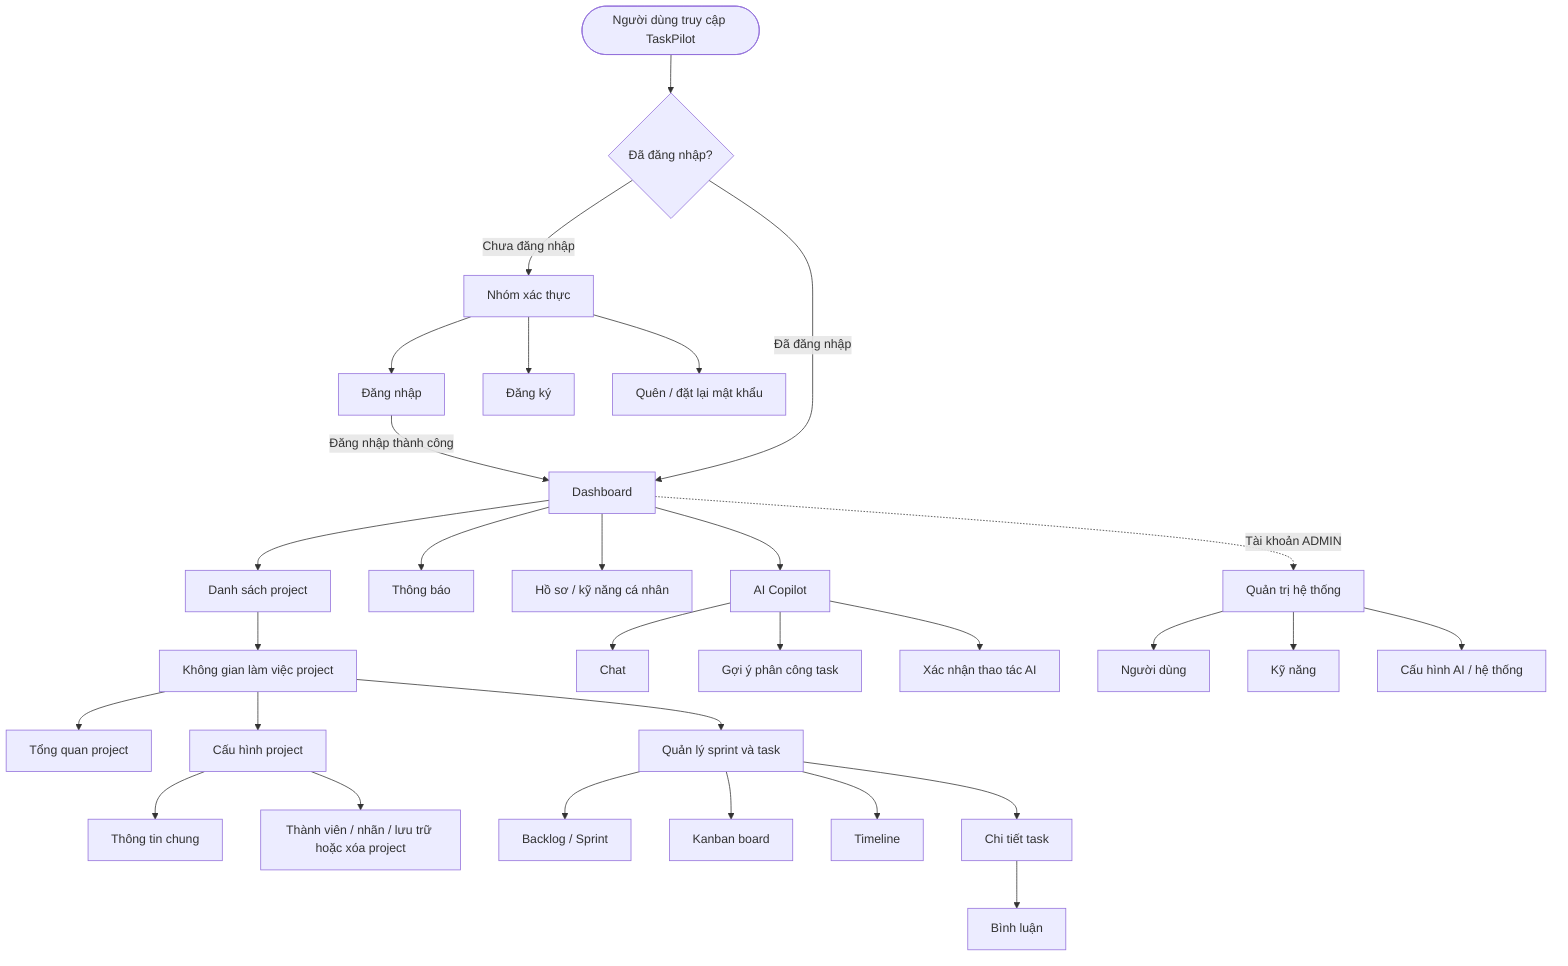
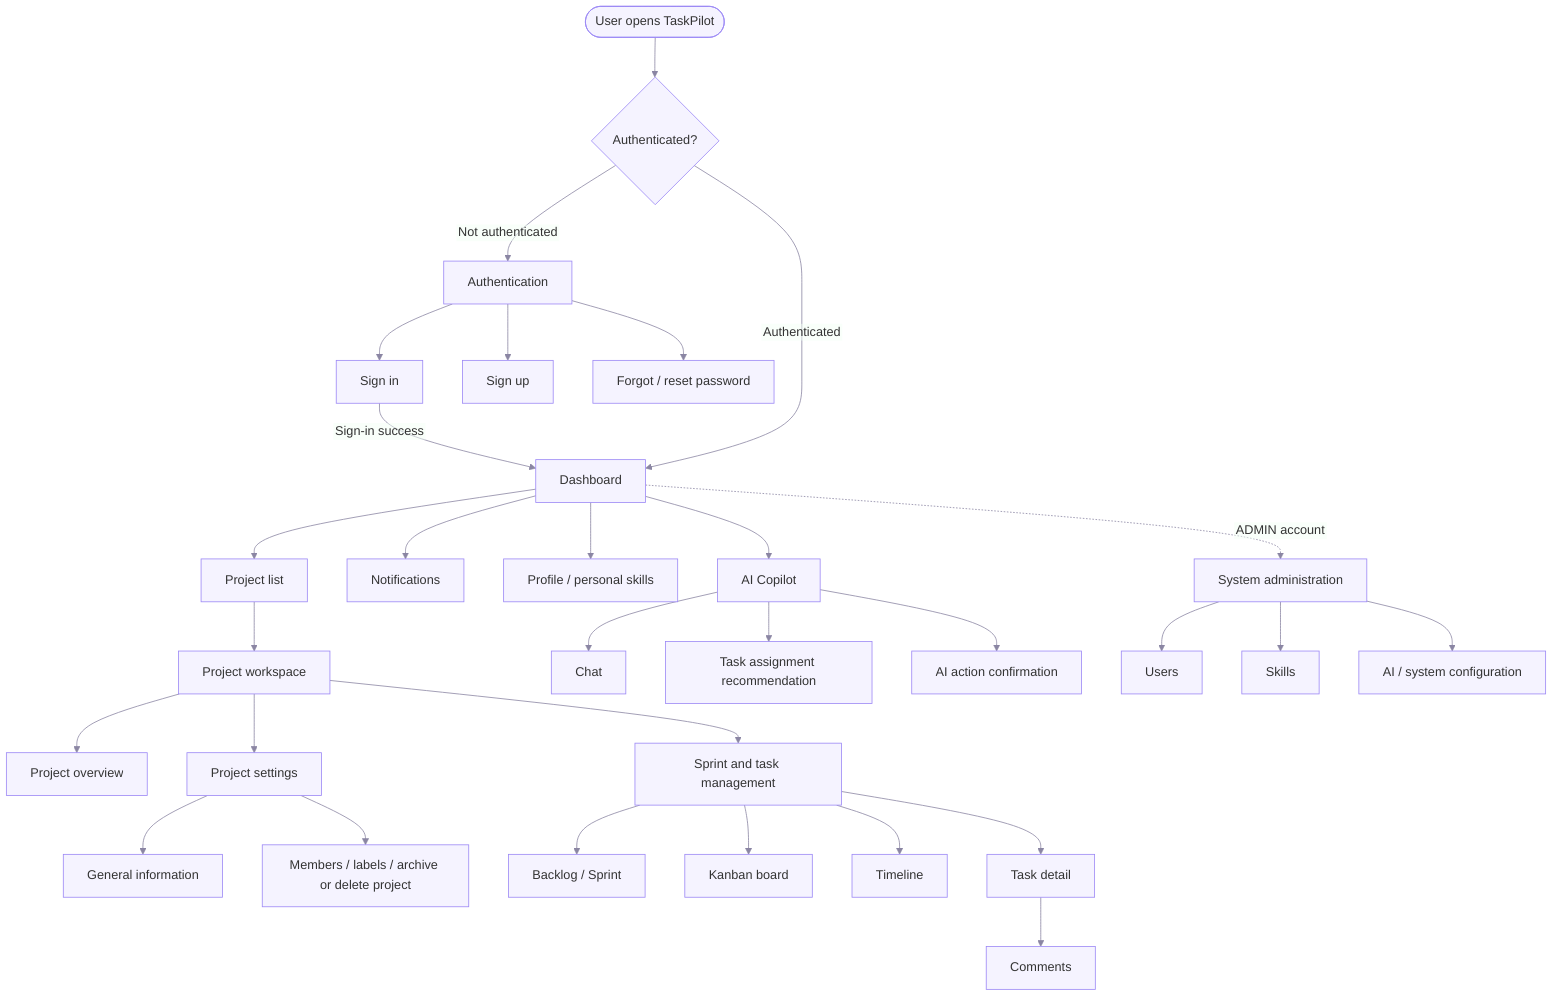
+ %%{init: {"theme": "base", "flowchart": {"htmlLabels": false, "useMaxWidth": true}, "markdownAutoWrap": false, "themeVariables": {"background": "#ffffff", "primaryColor": "#f5f3ff", "primaryBorderColor": "#9b87f5", "lineColor": "#8b86a3", "textColor": "#1f2937", "fontFamily": "Arial"}}}%%
flowchart TD
-     A([Người dùng truy cập TaskPilot]) --> B{Đã đăng nhập?}
+     A([User opens TaskPilot]) --> B{Authenticated?}

-     B -->|Chưa đăng nhập| AUTH[Nhóm xác thực]
-     AUTH --> AUTH1[Đăng nhập]
-     AUTH --> AUTH2[Đăng ký]
-     AUTH --> AUTH3[Quên / đặt lại mật khẩu]
-     AUTH1 -->|Đăng nhập thành công| DASH[Dashboard]
+     B -->|Not authenticated| AUTH[Authentication]
+     AUTH --> AUTH1[Sign in]
+     AUTH --> AUTH2[Sign up]
+     AUTH --> AUTH3[Forgot / reset password]
+     AUTH1 -->|Sign-in success| DASH[Dashboard]

-     B -->|Đã đăng nhập| DASH
+     B -->|Authenticated| DASH

-     DASH --> PROJLIST[Danh sách project]
-     DASH --> NOTI[Thông báo]
-     DASH --> PROFILE[Hồ sơ / kỹ năng cá nhân]
+     DASH --> PROJLIST[Project list]
+     DASH --> NOTI[Notifications]
+     DASH --> PROFILE[Profile / personal skills]
    DASH --> AI[AI Copilot]
-     DASH -.->|Tài khoản ADMIN| ADMIN[Quản trị hệ thống]
+     DASH -.->|ADMIN account| ADMIN[System administration]

-     PROJLIST --> WORKSPACE[Không gian làm việc project]
+     PROJLIST --> WORKSPACE[Project workspace]

-     WORKSPACE --> OVERVIEW[Tổng quan project]
-     WORKSPACE --> SETTINGS[Cấu hình project]
-     WORKSPACE --> WORK[Quản lý sprint và task]
+     WORKSPACE --> OVERVIEW[Project overview]
+     WORKSPACE --> SETTINGS[Project settings]
+     WORKSPACE --> WORK[Sprint and task management]

-     SETTINGS --> SET1[Thông tin chung]
-     SETTINGS --> SET2[Thành viên / nhãn / lưu trữ hoặc xóa project]
+     SETTINGS --> SET1[General information]
+     SETTINGS --> SET2[Members / labels / archive or delete project]

    WORK --> BACKLOG[Backlog / Sprint]
    WORK --> BOARD[Kanban board]
    WORK --> TIMELINE[Timeline]
-     WORK --> TASK[Chi tiết task]
-     TASK --> COMMENT[Bình luận]
+     WORK --> TASK[Task detail]
+     TASK --> COMMENT[Comments]

    AI --> AI1[Chat]
-     AI --> AI2[Gợi ý phân công task]
-     AI --> AI3[Xác nhận thao tác AI]
+     AI --> AI2[Task assignment recommendation]
+     AI --> AI3[AI action confirmation]

-     ADMIN --> ADM1[Người dùng]
-     ADMIN --> ADM2[Kỹ năng]
-     ADMIN --> ADM3[Cấu hình AI / hệ thống]+     ADMIN --> ADM1[Users]
+     ADMIN --> ADM2[Skills]
+     ADMIN --> ADM3[AI / system configuration]
